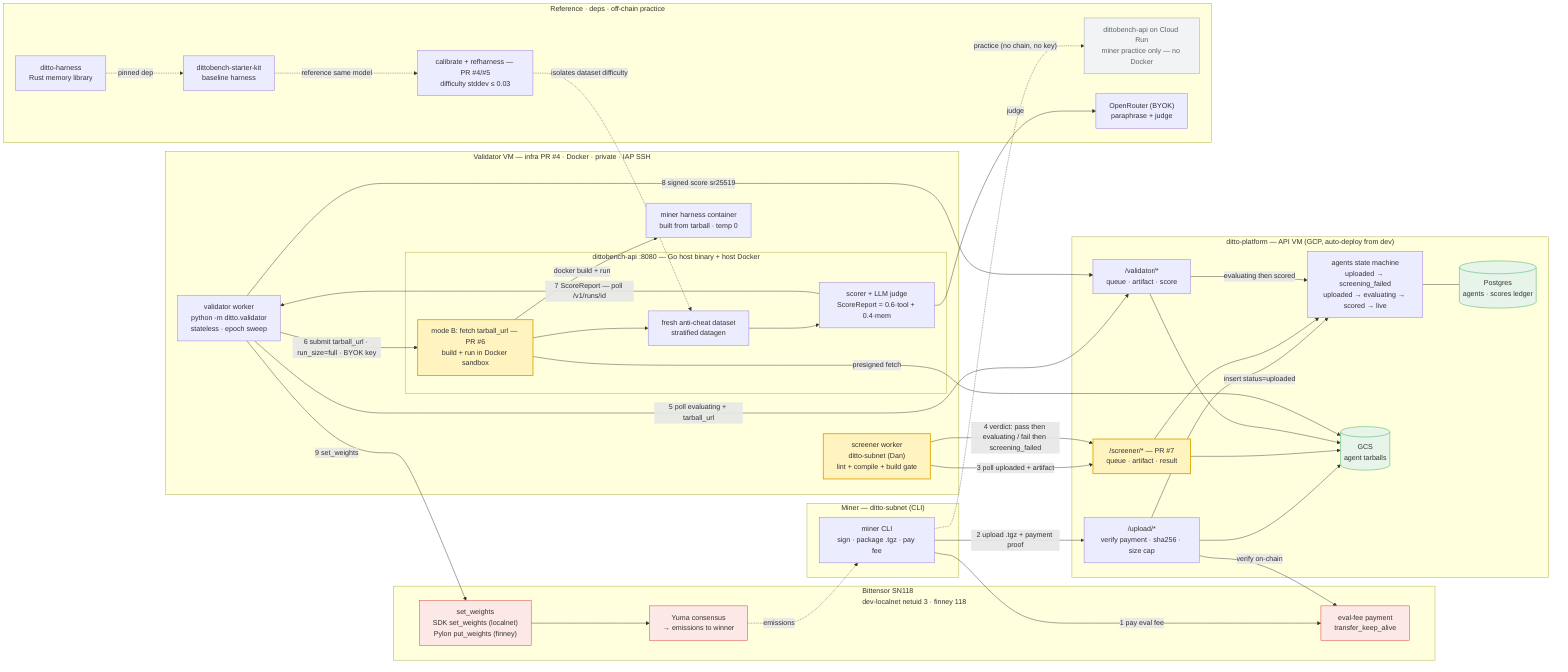
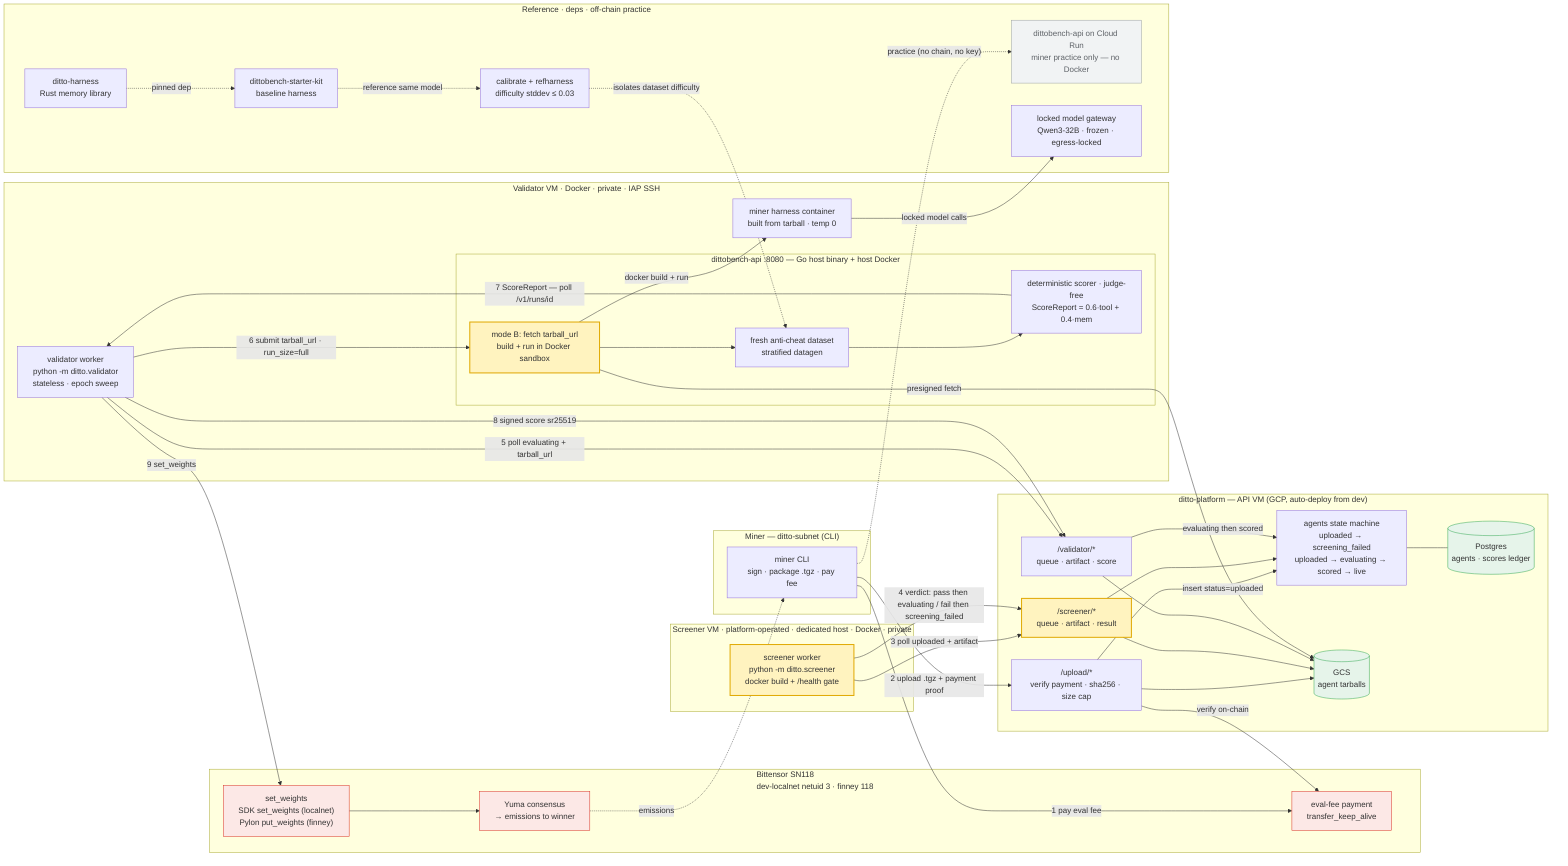
%%{init: {"flowchart": {"htmlLabels": true, "nodeSpacing": 45, "rankSpacing": 55, "curve": "basis"}} }%%
flowchart LR
    classDef new fill:#fff3bf,stroke:#e0a800,stroke-width:2px;
    classDef store fill:#e6f4ea,stroke:#34a853;
    classDef chain fill:#fce8e6,stroke:#d93025;
    classDef practice fill:#f1f3f4,stroke:#9aa0a6,color:#5f6368;

    subgraph Miner["Miner — ditto-subnet (CLI)"]
        MCLI["miner CLI<br/>sign · package .tgz · pay fee"]
    end

    subgraph Chain["Bittensor SN118<br/>dev-localnet netuid 3 · finney 118"]
        PAY["eval-fee payment<br/>transfer_keep_alive"]:::chain
        WEIGHTS["set_weights<br/>SDK set_weights (localnet)<br/>Pylon put_weights (finney)"]:::chain
        YUMA["Yuma consensus<br/>→ emissions to winner"]:::chain
        WEIGHTS --> YUMA
    end

    subgraph Platform["ditto-platform — API VM (GCP, auto-deploy from dev)"]
        UP["/upload/*<br/>verify payment · sha256 · size cap"]
-         SAPI["/screener/*  — PR #7<br/>queue · artifact · result"]:::new
+         SAPI["/screener/*<br/>queue · artifact · result"]:::new
        VAPI["/validator/*<br/>queue · artifact · score"]
        SM["agents state machine<br/>uploaded → screening_failed<br/>uploaded → evaluating → scored → live"]
        S3[("GCS<br/>agent tarballs")]:::store
        PG[("Postgres<br/>agents · scores ledger")]:::store
    end

-     subgraph VM["Validator VM — infra PR #4 · Docker · private · IAP SSH"]
-         SW["screener worker<br/>ditto-subnet (Dan)<br/>lint + compile + build gate"]:::new
+     subgraph ScrVM["Screener VM · platform-operated · dedicated host · Docker · private"]
+         SW["screener worker<br/>python -m ditto.screener<br/>docker build + /health gate"]:::new
+     end
+ 
+     subgraph VM["Validator VM · Docker · private · IAP SSH"]
        VW["validator worker<br/>python -m ditto.validator<br/>stateless · epoch sweep"]
        subgraph DBench["dittobench-api :8080 — Go host binary + host Docker"]
-             FETCH["mode B: fetch tarball_url — PR #6<br/>build + run in Docker sandbox"]:::new
+             FETCH["mode B: fetch tarball_url<br/>build + run in Docker sandbox"]:::new
            RUN["fresh anti-cheat dataset<br/>stratified datagen"]
-             JUDGE["scorer + LLM judge<br/>ScoreReport = 0.6·tool + 0.4·mem"]
+             JUDGE["deterministic scorer · judge-free<br/>ScoreReport = 0.6·tool + 0.4·mem"]
        end
        HC["miner harness container<br/>built from tarball · temp 0"]
    end

    subgraph Ref["Reference · deps · off-chain practice"]
        HARNESS["ditto-harness<br/>Rust memory library"]
        SK["dittobench-starter-kit<br/>baseline harness"]
-         CAL["calibrate + refharness — PR #4/#5<br/>difficulty stddev ≤ 0.03"]
+         CAL["calibrate + refharness<br/>difficulty stddev ≤ 0.03"]
        CR["dittobench-api on Cloud Run<br/>miner practice only — no Docker"]:::practice
-         OR["OpenRouter (BYOK)<br/>paraphrase + judge"]
+         GW["locked model gateway<br/>Qwen3-32B · frozen · egress-locked"]
    end

    %% 1-2 upload
    MCLI -->|"1 pay eval fee"| PAY
    MCLI -->|"2 upload .tgz + payment proof"| UP
    UP -->|"verify on-chain"| PAY
    UP --> S3
    UP -->|"insert status=uploaded"| SM

    %% 3-4 screen / promote (NEW — was manual)
    SW -->|"3 poll uploaded + artifact"| SAPI
    SAPI --> S3
    SW -->|"4 verdict: pass then evaluating / fail then screening_failed"| SAPI
    SAPI --> SM

    %% 5-8 evaluate
    VW -->|"5 poll evaluating + tarball_url"| VAPI
    VAPI --> S3
-     VW -->|"6 submit tarball_url · run_size=full · BYOK key"| FETCH
+     VW -->|"6 submit tarball_url · run_size=full"| FETCH
    FETCH -->|"presigned fetch"| S3
    FETCH -->|"docker build + run"| HC
    FETCH --> RUN --> JUDGE
-     JUDGE -->|"judge"| OR
+     HC -->|"locked model calls"| GW
    JUDGE -->|"7 ScoreReport — poll /v1/runs/id"| VW
    VW -->|"8 signed score sr25519"| VAPI
    VAPI -->|"evaluating then scored"| SM

    %% 9 weights
    VW -->|"9 set_weights"| WEIGHTS
    YUMA -.->|"emissions"| MCLI

    SM --- PG

    %% deps + calibration
    HARNESS -.->|"pinned dep"| SK
    SK -.->|"reference same model"| CAL
    CAL -.->|"isolates dataset difficulty"| RUN
    MCLI -.->|"practice (no chain, no key)"| CR
